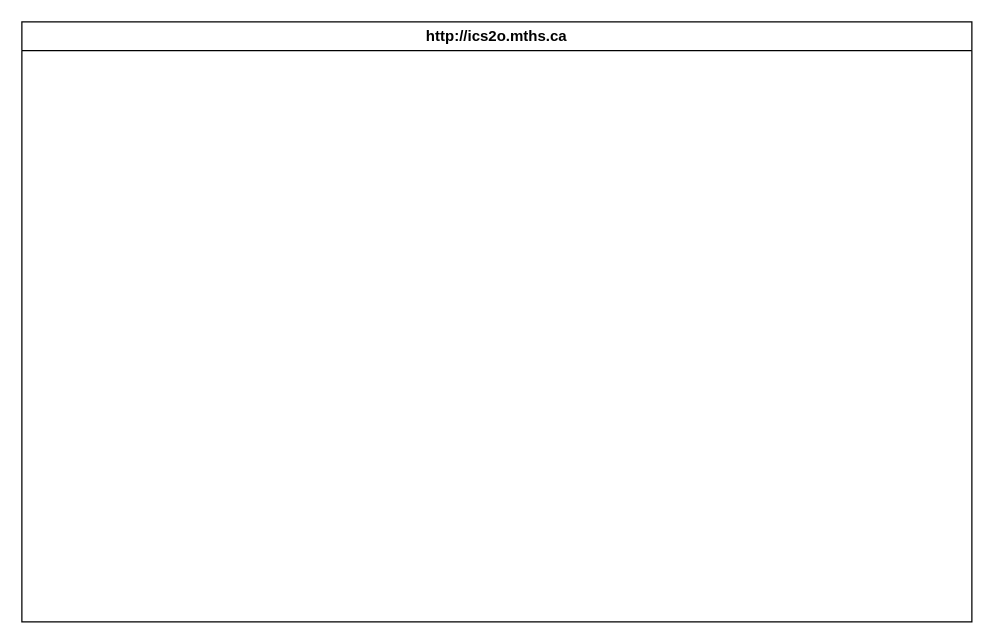
Above: design/storyboard.drawio in MTHS-ICD2O-1-2024/ICD2O-Assignment-04-lynn-lukose-07 (draw.io), before the change. Source tidied: cells renumbered, new cells numbered last; positions are measured from the earlier drawing's top-left corner, leaving out a move shared by most shapes. Both pictures are drawn from the tidied source at 125%, with x=0, y=0 at pixel (21, 21). Pictures stored in the file or linked from it are replaced by grey dashed boxes.
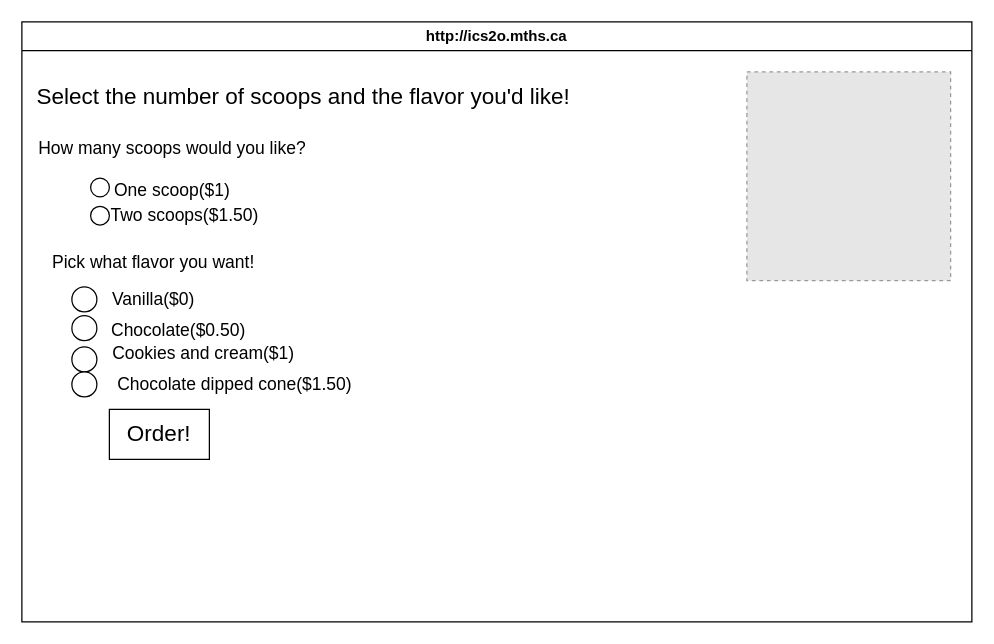
The same page after the edit.

The edit, as a diff of the source:
```diff
@@
 <mxGraphModel>
   <root>
     <mxCell id="0" />
     <mxCell id="1" parent="0" />
     <mxCell id="2" value="http://ics2o.mths.ca" style="swimlane;whiteSpace=wrap;html=1;" parent="1" vertex="1">
       <mxGeometry width="760" height="480" as="geometry" />
     </mxCell>
+    <mxCell id="3" style="fillColor=#E6E6E6;strokeColor=#999999;dashed=1;verticalLabelPosition=bottom;labelBackgroundColor=default;verticalAlign=top;" parent="2" vertex="1">
+      <mxGeometry x="580" y="40" width="163" height="167" as="geometry" />
+    </mxCell>
+    <mxCell id="4" value="&lt;font style=&quot;font-size: 18px;&quot;&gt;Select the number of scoops and the flavor you'd like!&lt;/font&gt;" style="text;html=1;align=center;verticalAlign=middle;strokeColor=none;fillColor=none;" parent="2" vertex="1">
+      <mxGeometry y="40" width="450" height="40" as="geometry" />
+    </mxCell>
+    <mxCell id="5" value="&lt;font style=&quot;font-size: 14px;&quot;&gt;How many scoops would you like?&lt;/font&gt;" style="text;html=1;align=center;verticalAlign=middle;strokeColor=none;fillColor=none;fontSize=18;" parent="2" vertex="1">
+      <mxGeometry y="80" width="240" height="40" as="geometry" />
+    </mxCell>
+    <mxCell id="6" value="Two scoops($1.50)" style="text;html=1;align=center;verticalAlign=middle;strokeColor=none;fillColor=none;fontSize=14;" parent="2" vertex="1">
+      <mxGeometry x="60" y="140" width="140" height="30" as="geometry" />
+    </mxCell>
+    <mxCell id="7" value="One scoop($1)" style="text;html=1;align=center;verticalAlign=middle;strokeColor=none;fillColor=none;fontSize=14;" parent="2" vertex="1">
+      <mxGeometry x="60" y="120" width="120" height="30" as="geometry" />
+    </mxCell>
+    <mxCell id="8" value="Cookies and cream($1)" style="text;html=1;align=center;verticalAlign=middle;strokeColor=none;fillColor=none;fontSize=14;" parent="2" vertex="1">
+      <mxGeometry x="60" y="250" width="170" height="30" as="geometry" />
+    </mxCell>
+    <mxCell id="9" value="Chocolate($0.50)" style="text;html=1;align=center;verticalAlign=middle;strokeColor=none;fillColor=none;fontSize=14;" parent="2" vertex="1">
+      <mxGeometry x="60" y="232" width="130" height="30" as="geometry" />
+    </mxCell>
+    <mxCell id="10" value="Chocolate dipped cone($1.50)" style="text;html=1;align=center;verticalAlign=middle;strokeColor=none;fillColor=none;fontSize=14;" parent="2" vertex="1">
+      <mxGeometry x="60" y="275" width="220" height="30" as="geometry" />
+    </mxCell>
+    <mxCell id="11" value="Vanilla($0)" style="text;html=1;align=center;verticalAlign=middle;strokeColor=none;fillColor=none;fontSize=14;" parent="2" vertex="1">
+      <mxGeometry x="60" y="207" width="90" height="30" as="geometry" />
+    </mxCell>
+    <mxCell id="12" value="Pick what flavor you want!" style="text;html=1;align=center;verticalAlign=middle;strokeColor=none;fillColor=none;fontSize=14;" parent="2" vertex="1">
+      <mxGeometry x="10" y="177" width="190" height="30" as="geometry" />
+    </mxCell>
+    <mxCell id="13" value="&lt;font style=&quot;font-size: 18px;&quot;&gt;Order!&lt;/font&gt;" style="whiteSpace=wrap;html=1;fontSize=14;" parent="2" vertex="1">
+      <mxGeometry x="70" y="310" width="80" height="40" as="geometry" />
+    </mxCell>
+    <mxCell id="14" style="ellipse;whiteSpace=wrap;html=1;fontSize=18;" parent="2" vertex="1">
+      <mxGeometry x="55" y="125" width="15" height="15" as="geometry" />
+    </mxCell>
+    <mxCell id="15" style="ellipse;whiteSpace=wrap;html=1;fontSize=18;" parent="2" vertex="1">
+      <mxGeometry x="55" y="147.5" width="15" height="15" as="geometry" />
+    </mxCell>
+    <mxCell id="16" style="ellipse;whiteSpace=wrap;html=1;fontSize=18;" parent="2" vertex="1">
+      <mxGeometry x="40" y="212" width="20" height="20" as="geometry" />
+    </mxCell>
+    <mxCell id="17" style="ellipse;whiteSpace=wrap;html=1;fontSize=18;" parent="2" vertex="1">
+      <mxGeometry x="40" y="235" width="20" height="20" as="geometry" />
+    </mxCell>
+    <mxCell id="18" style="ellipse;whiteSpace=wrap;html=1;fontSize=18;" parent="2" vertex="1">
+      <mxGeometry x="40" y="260" width="20" height="20" as="geometry" />
+    </mxCell>
+    <mxCell id="19" style="ellipse;whiteSpace=wrap;html=1;fontSize=18;" parent="2" vertex="1">
+      <mxGeometry x="40" y="280" width="20" height="20" as="geometry" />
+    </mxCell>
   </root>
 </mxGraphModel>
```
